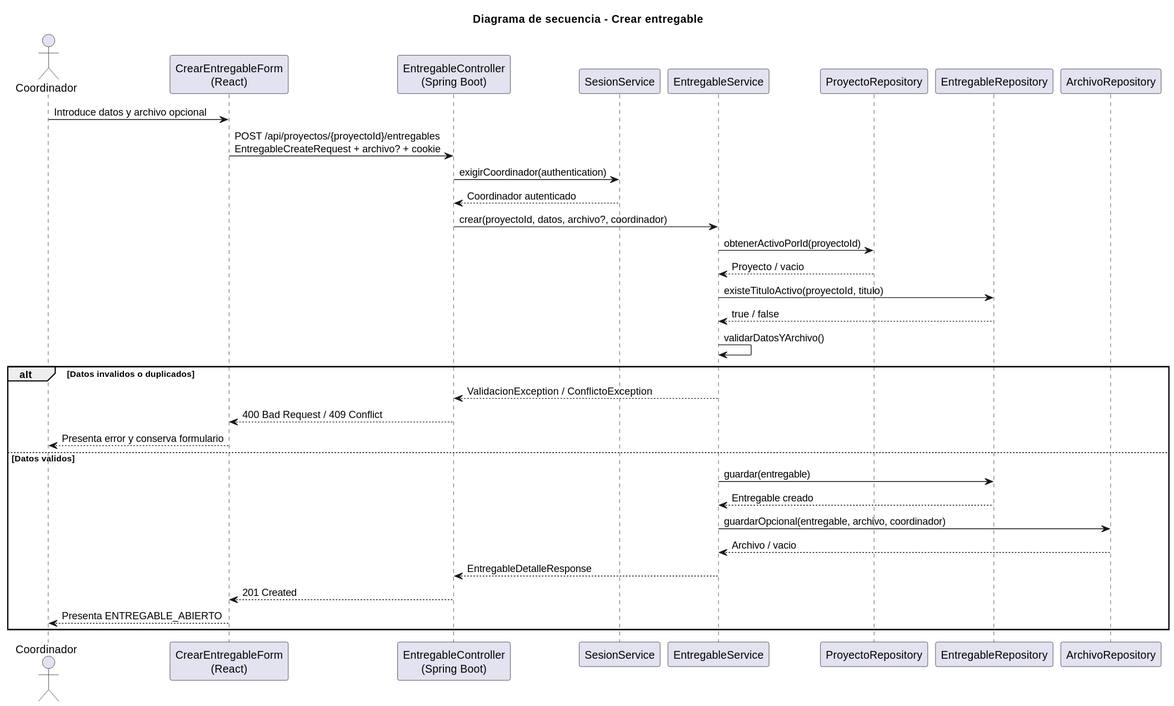
This is images/RUP/02-diseño/casos-uso/coordinador/crearEntregable/secuencia.svg from beatriizorozco/25-26-idsw2-sdVC, a PlantUML export, as it was before one commit.
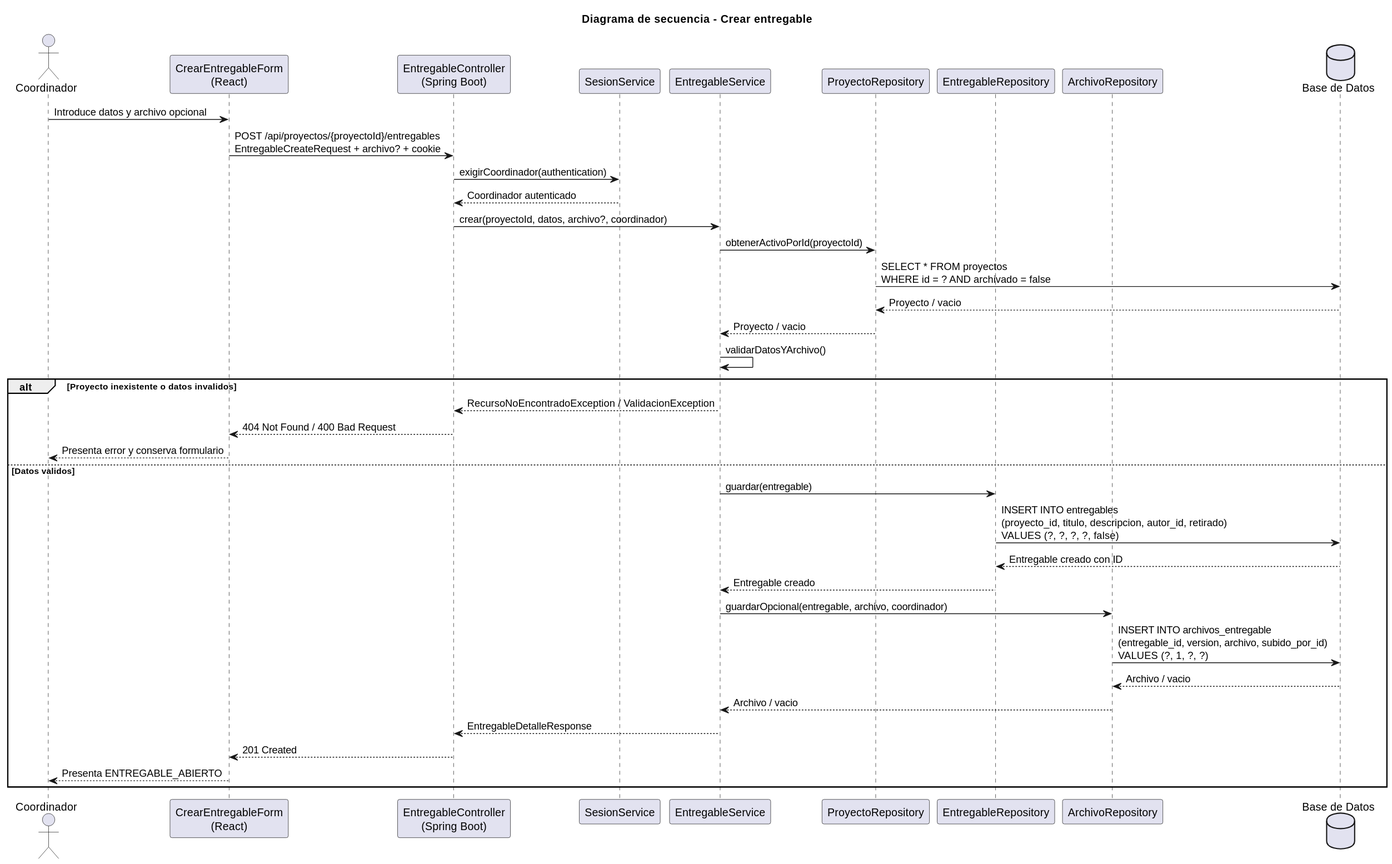
The same file after the commit.

Diff of the diagram source:
```diff
@@ -8,6 +8,7 @@
 participant "ProyectoRepository" as ProyectoRepo
 participant "EntregableRepository" as Repo
 participant "ArchivoRepository" as ArchivoRepo
+database "Base de Datos" as DB
 
 Coordinador -> Frontend: Introduce datos y archivo opcional
 Frontend -> Api: POST /api/proyectos/{proyectoId}/entregables\nEntregableCreateRequest + archivo? + cookie
@@ -15,18 +16,22 @@
 Sesion --> Api: Coordinador autenticado
 Api -> Service: crear(proyectoId, datos, archivo?, coordinador)
 Service -> ProyectoRepo: obtenerActivoPorId(proyectoId)
+ProyectoRepo -> DB: SELECT * FROM proyectos\nWHERE id = ? AND archivado = false
+DB --> ProyectoRepo: Proyecto / vacio
 ProyectoRepo --> Service: Proyecto / vacio
-Service -> Repo: existeTituloActivo(proyectoId, titulo)
-Repo --> Service: true / false
 Service -> Service: validarDatosYArchivo()
-alt Datos invalidos o duplicados
-  Service --> Api: ValidacionException / ConflictoException
-  Api --> Frontend: 400 Bad Request / 409 Conflict
+alt Proyecto inexistente o datos invalidos
+  Service --> Api: RecursoNoEncontradoException / ValidacionException
+  Api --> Frontend: 404 Not Found / 400 Bad Request
   Frontend --> Coordinador: Presenta error y conserva formulario
 else Datos validos
   Service -> Repo: guardar(entregable)
+  Repo -> DB: INSERT INTO entregables\n(proyecto_id, titulo, descripcion, autor_id, retirado)\nVALUES (?, ?, ?, ?, false)
+  DB --> Repo: Entregable creado con ID
   Repo --> Service: Entregable creado
   Service -> ArchivoRepo: guardarOpcional(entregable, archivo, coordinador)
+  ArchivoRepo -> DB: INSERT INTO archivos_entregable\n(entregable_id, version, archivo, subido_por_id)\nVALUES (?, 1, ?, ?)
+  DB --> ArchivoRepo: Archivo / vacio
   ArchivoRepo --> Service: Archivo / vacio
   Service --> Api: EntregableDetalleResponse
   Api --> Frontend: 201 Created
```
